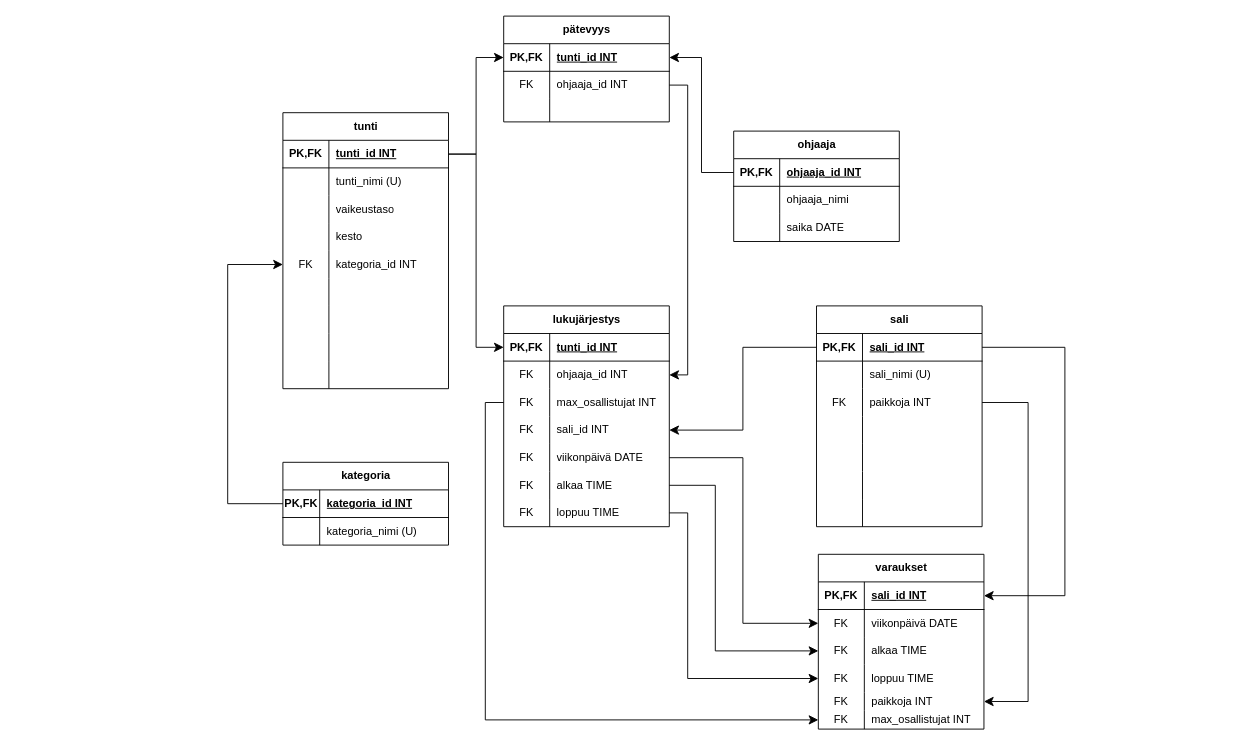
The draw.io diagram harj4t2.drawio in makevs/tikape_diagrams, before the edit. Source tidied: cells renumbered, new cells numbered last; positions are measured from the earlier drawing's top-left corner, leaving out a move shared by most shapes. Both pictures are drawn from the tidied source at 92%, with x=0, y=0 at pixel (227, 16).
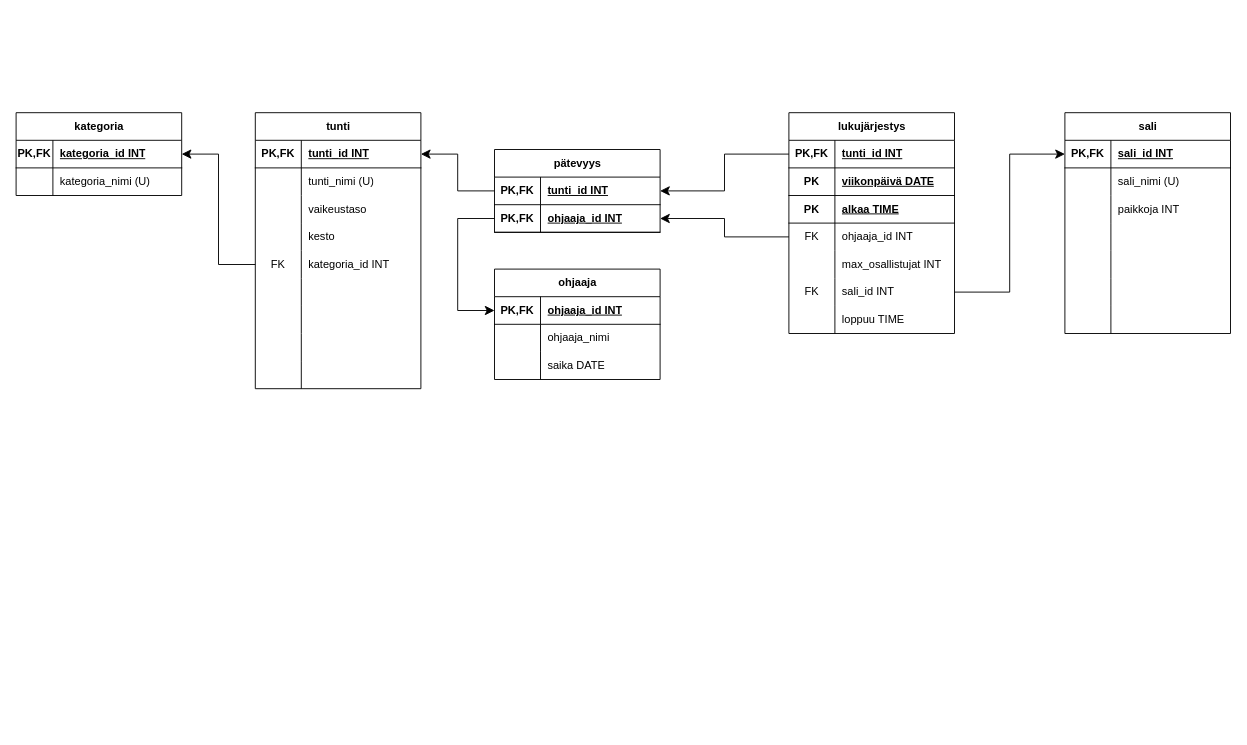
Above is the later version.

Unchanged cells that the change refers to:
```xml
<mxCell id="3" style="shape=tableRow;horizontal=0;startSize=0;swimlaneHead=0;swimlaneBody=0;fillColor=none;points=[[0,0.5],[1,0.5]];portConstraint=eastwest;top=0;left=0;right=0;bottom=1;" parent="2" vertex="1">
  <mxGeometry y="30" width="180" height="30" as="geometry" />
</mxCell>
<mxCell id="15" style="shape=tableRow;horizontal=0;startSize=0;swimlaneHead=0;swimlaneBody=0;fillColor=none;points=[[0,0.5],[1,0.5]];portConstraint=eastwest;top=0;left=0;right=0;bottom=0;" parent="2" vertex="1">
  <mxGeometry y="150" width="180" height="30" as="geometry" />
</mxCell>
<mxCell id="31" style="shape=tableRow;horizontal=0;startSize=0;swimlaneHead=0;swimlaneBody=0;fillColor=none;points=[[0,0.5],[1,0.5]];portConstraint=eastwest;top=0;left=0;right=0;bottom=1;" parent="30" vertex="1">
  <mxGeometry y="30" width="180" height="30" as="geometry" />
</mxCell>
<mxCell id="39" style="shape=tableRow;horizontal=0;startSize=0;swimlaneHead=0;swimlaneBody=0;fillColor=none;points=[[0,0.5],[1,0.5]];portConstraint=eastwest;top=0;left=0;right=0;bottom=1;" parent="38" vertex="1">
  <mxGeometry y="30" width="180" height="30" as="geometry" />
</mxCell>
<mxCell id="49" style="shape=tableRow;horizontal=0;startSize=0;swimlaneHead=0;swimlaneBody=0;fillColor=none;points=[[0,0.5],[1,0.5]];portConstraint=eastwest;top=0;left=0;right=0;bottom=1;" parent="48" vertex="1">
  <mxGeometry y="30" width="180" height="30" as="geometry" />
</mxCell>
<mxCell id="61" style="shape=tableRow;horizontal=0;startSize=0;swimlaneHead=0;swimlaneBody=0;fillColor=none;points=[[0,0.5],[1,0.5]];portConstraint=eastwest;top=0;left=0;right=0;bottom=1;" parent="60" vertex="1">
  <mxGeometry y="30" width="180" height="30" as="geometry" />
</mxCell>
<mxCell id="79" style="shape=tableRow;horizontal=0;startSize=0;swimlaneHead=0;swimlaneBody=0;fillColor=none;points=[[0,0.5],[1,0.5]];portConstraint=eastwest;top=0;left=0;right=0;bottom=0;" parent="60" vertex="1">
  <mxGeometry y="210" width="180" height="30" as="geometry" />
</mxCell>
<mxCell id="84" style="shape=tableRow;horizontal=0;startSize=0;swimlaneHead=0;swimlaneBody=0;fillColor=none;points=[[0,0.5],[1,0.5]];portConstraint=eastwest;top=0;left=0;right=0;bottom=1;" parent="83" vertex="1">
  <mxGeometry y="30" width="180" height="30" as="geometry" />
</mxCell>
<mxCell id="90" style="shape=tableRow;horizontal=0;startSize=0;swimlaneHead=0;swimlaneBody=0;fillColor=none;points=[[0,0.5],[1,0.5]];portConstraint=eastwest;top=0;left=0;right=0;bottom=0;" parent="83" vertex="1">
  <mxGeometry y="90" width="180" height="30" as="geometry" />
</mxCell>
```

What changed in the source:
```diff
@@
     <mxCell id="2" value="tunti" style="shape=table;startSize=30;childLayout=tableLayout;rowLines=0;fontStyle=1;align=center;html=1;" parent="1" vertex="1">
-      <mxGeometry x="60" y="105" width="180" height="300" as="geometry" />
+      <mxGeometry x="30" y="105" width="180" height="300" as="geometry" />
     </mxCell>
@@
     <mxCell id="30" value="kategoria" style="shape=table;startSize=30;childLayout=tableLayout;rowLines=0;fontStyle=1;align=center;html=1;" parent="1" vertex="1">
-      <mxGeometry x="60" y="485" width="180" height="90" as="geometry" />
+      <mxGeometry x="-230" y="105" width="180" height="90" as="geometry" />
     </mxCell>
@@
-    <mxCell id="37" style="edgeStyle=elbowEdgeStyle;elbow=horizontal;endArrow=classic;html=1;curved=0;rounded=0;endSize=8;startSize=8;" parent="1" edge="1" source="31" target="15">
-      <mxGeometry relative="1" as="geometry">
-        <Array as="points">
-          <mxPoint y="395" />
-        </Array>
-      </mxGeometry>
-    </mxCell>
     <mxCell id="38" value="ohjaaja" style="shape=table;startSize=30;childLayout=tableLayout;rowLines=0;fontStyle=1;align=center;html=1;" parent="1" vertex="1">
-      <mxGeometry x="550" y="125" width="180" height="120" as="geometry" />
+      <mxGeometry x="290" y="275" width="180" height="120" as="geometry" />
     </mxCell>
@@
     <mxCell id="48" value="pätevyys" style="shape=table;startSize=30;childLayout=tableLayout;rowLines=0;fontStyle=1;align=center;html=1;" parent="1" vertex="1">
-      <mxGeometry x="300" width="180" height="115" as="geometry" />
+      <mxGeometry x="290" y="145" width="180" height="90" as="geometry" />
     </mxCell>
@@
-    <mxCell id="52" style="shape=tableRow;horizontal=0;startSize=0;swimlaneHead=0;swimlaneBody=0;fillColor=none;points=[[0,0.5],[1,0.5]];portConstraint=eastwest;top=0;left=0;right=0;bottom=0;" parent="48" vertex="1">
-      <mxGeometry y="60" width="180" height="30" as="geometry" />
-    </mxCell>
-    <mxCell id="53" value="FK" style="shape=partialRectangle;fillColor=none;top=0;left=0;bottom=0;right=0;overflow=hidden;whiteSpace=wrap;html=1;" parent="52" vertex="1">
-      <mxGeometry width="50" height="30" as="geometry" />
-    </mxCell>
+    <mxCell id="135" style="shape=tableRow;horizontal=0;startSize=0;swimlaneHead=0;swimlaneBody=0;fillColor=none;points=[[0,0.5],[1,0.5]];portConstraint=eastwest;top=0;left=0;right=0;bottom=1;" parent="48" vertex="1">
+      <mxGeometry y="60" width="180" height="30" as="geometry" />
+    </mxCell>
+    <mxCell id="107" value="PK,FK" style="shape=partialRectangle;fillColor=none;top=0;left=0;bottom=0;right=0;fontStyle=1;overflow=hidden;whiteSpace=wrap;html=1;" parent="135" vertex="1">
+      <mxGeometry width="50" height="30" as="geometry" />
+    </mxCell>
-    <mxCell id="54" value="ohjaaja_id INT" style="shape=partialRectangle;fillColor=none;top=0;left=0;bottom=0;right=0;align=left;spacingLeft=6;overflow=hidden;whiteSpace=wrap;html=1;" parent="52" vertex="1">
+    <mxCell id="54" value="ohjaaja_id INT" style="shape=partialRectangle;fillColor=none;top=0;left=0;bottom=0;right=0;align=left;spacingLeft=6;fontStyle=5;overflow=hidden;whiteSpace=wrap;html=1;" parent="135" vertex="1">
       <mxGeometry x="50" width="130" height="30" as="geometry" />
     </mxCell>
-    <mxCell id="55" style="shape=tableRow;horizontal=0;startSize=0;swimlaneHead=0;swimlaneBody=0;fillColor=none;top=0;left=0;right=0;bottom=0;" parent="48" vertex="1">
-      <mxGeometry y="90" width="180" height="25" as="geometry" />
-    </mxCell>
-    <mxCell id="56" style="shape=partialRectangle;fillColor=none;top=0;left=0;bottom=0;right=0;overflow=hidden;whiteSpace=wrap;html=1;" parent="55" vertex="1">
-      <mxGeometry width="50" height="25" as="geometry" />
-    </mxCell>
-    <mxCell id="57" style="shape=partialRectangle;fillColor=none;top=0;left=0;bottom=0;right=0;align=left;spacingLeft=6;overflow=hidden;whiteSpace=wrap;html=1;" parent="55" vertex="1">
-      <mxGeometry x="50" width="130" height="25" as="geometry" />
-    </mxCell>
-    <mxCell id="58" style="edgeStyle=elbowEdgeStyle;elbow=horizontal;endArrow=classic;html=1;curved=0;rounded=0;endSize=8;startSize=8;exitX=1;exitY=0.5;exitDx=0;exitDy=0;" parent="1" edge="1" source="3" target="49">
-      <mxGeometry relative="1" as="geometry" />
-    </mxCell>
-    <mxCell id="59" style="edgeStyle=elbowEdgeStyle;elbow=horizontal;endArrow=classic;html=1;curved=0;rounded=0;endSize=8;startSize=8;entryX=1;entryY=0.5;entryDx=0;entryDy=0;" parent="1" edge="1" source="39" target="49">
-      <mxGeometry relative="1" as="geometry" />
-    </mxCell>
     <mxCell id="60" value="lukujärjestys" style="shape=table;startSize=30;childLayout=tableLayout;rowLines=0;fontStyle=1;align=center;html=1;" parent="1" vertex="1">
-      <mxGeometry x="300" y="315" width="180" height="240" as="geometry" />
+      <mxGeometry x="610" y="105" width="180" height="240" as="geometry" />
     </mxCell>
@@
+    <mxCell id="136" style="shape=tableRow;horizontal=0;startSize=0;swimlaneHead=0;swimlaneBody=0;fillColor=none;top=0;left=0;right=0;bottom=1;" parent="60" vertex="1">
+      <mxGeometry y="60" width="180" height="30" as="geometry" />
+    </mxCell>
+    <mxCell id="137" value="PK" style="shape=partialRectangle;fillColor=none;top=0;left=0;bottom=0;right=0;fontStyle=1;overflow=hidden;whiteSpace=wrap;html=1;" parent="136" vertex="1">
+      <mxGeometry width="50" height="30" as="geometry" />
+    </mxCell>
+    <mxCell id="138" value="viikonpäivä DATE" style="shape=partialRectangle;fillColor=none;top=0;left=0;bottom=0;right=0;align=left;spacingLeft=6;fontStyle=5;overflow=hidden;whiteSpace=wrap;html=1;" parent="136" vertex="1">
+      <mxGeometry x="50" width="130" height="30" as="geometry" />
+    </mxCell>
+    <mxCell id="139" style="shape=tableRow;horizontal=0;startSize=0;swimlaneHead=0;swimlaneBody=0;fillColor=none;top=0;left=0;right=0;bottom=1;" parent="60" vertex="1">
+      <mxGeometry y="90" width="180" height="30" as="geometry" />
+    </mxCell>
+    <mxCell id="140" value="PK" style="shape=partialRectangle;fillColor=none;top=0;left=0;bottom=0;right=0;fontStyle=1;overflow=hidden;whiteSpace=wrap;html=1;" parent="139" vertex="1">
+      <mxGeometry width="50" height="30" as="geometry" />
+    </mxCell>
+    <mxCell id="141" value="alkaa TIME" style="shape=partialRectangle;fillColor=none;top=0;left=0;bottom=0;right=0;align=left;spacingLeft=6;fontStyle=5;overflow=hidden;whiteSpace=wrap;html=1;" parent="139" vertex="1">
+      <mxGeometry x="50" width="130" height="30" as="geometry" />
+    </mxCell>
     <mxCell id="64" style="shape=tableRow;horizontal=0;startSize=0;swimlaneHead=0;swimlaneBody=0;fillColor=none;points=[[0,0.5],[1,0.5]];portConstraint=eastwest;top=0;left=0;right=0;bottom=0;" parent="60" vertex="1">
-      <mxGeometry y="60" width="180" height="30" as="geometry" />
+      <mxGeometry y="120" width="180" height="30" as="geometry" />
     </mxCell>
@@
     <mxCell id="67" style="shape=tableRow;horizontal=0;startSize=0;swimlaneHead=0;swimlaneBody=0;fillColor=none;points=[[0,0.5],[1,0.5]];portConstraint=eastwest;top=0;left=0;right=0;bottom=0;" parent="60" vertex="1">
-      <mxGeometry y="90" width="180" height="30" as="geometry" />
+      <mxGeometry y="150" width="180" height="30" as="geometry" />
     </mxCell>
-    <mxCell id="68" value="FK" style="shape=partialRectangle;fillColor=none;top=0;left=0;bottom=0;right=0;overflow=hidden;whiteSpace=wrap;html=1;" parent="67" vertex="1">
+    <mxCell id="68" style="shape=partialRectangle;fillColor=none;top=0;left=0;bottom=0;right=0;overflow=hidden;whiteSpace=wrap;html=1;" parent="67" vertex="1">
       <mxGeometry width="50" height="30" as="geometry" />
     </mxCell>
@@
     <mxCell id="70" style="shape=tableRow;horizontal=0;startSize=0;swimlaneHead=0;swimlaneBody=0;fillColor=none;points=[[0,0.5],[1,0.5]];portConstraint=eastwest;top=0;left=0;right=0;bottom=0;" parent="60" vertex="1">
-      <mxGeometry y="120" width="180" height="30" as="geometry" />
+      <mxGeometry y="180" width="180" height="30" as="geometry" />
     </mxCell>
@@
-    <mxCell id="73" style="shape=tableRow;horizontal=0;startSize=0;swimlaneHead=0;swimlaneBody=0;fillColor=none;points=[[0,0.5],[1,0.5]];portConstraint=eastwest;top=0;left=0;right=0;bottom=0;" parent="60" vertex="1">
-      <mxGeometry y="150" width="180" height="30" as="geometry" />
-    </mxCell>
-    <mxCell id="74" value="FK" style="shape=partialRectangle;fillColor=none;top=0;left=0;bottom=0;right=0;overflow=hidden;whiteSpace=wrap;html=1;" parent="73" vertex="1">
-      <mxGeometry width="50" height="30" as="geometry" />
-    </mxCell>
-    <mxCell id="75" value="viikonpäivä DATE" style="shape=partialRectangle;fillColor=none;top=0;left=0;bottom=0;right=0;align=left;spacingLeft=6;overflow=hidden;whiteSpace=wrap;html=1;" parent="73" vertex="1">
-      <mxGeometry x="50" width="130" height="30" as="geometry" />
-    </mxCell>
-    <mxCell id="76" style="shape=tableRow;horizontal=0;startSize=0;swimlaneHead=0;swimlaneBody=0;fillColor=none;points=[[0,0.5],[1,0.5]];portConstraint=eastwest;top=0;left=0;right=0;bottom=0;" parent="60" vertex="1">
-      <mxGeometry y="180" width="180" height="30" as="geometry" />
-    </mxCell>
-    <mxCell id="77" value="FK" style="shape=partialRectangle;fillColor=none;top=0;left=0;bottom=0;right=0;overflow=hidden;whiteSpace=wrap;html=1;" parent="76" vertex="1">
-      <mxGeometry width="50" height="30" as="geometry" />
-    </mxCell>
-    <mxCell id="78" value="alkaa TIME" style="shape=partialRectangle;fillColor=none;top=0;left=0;bottom=0;right=0;align=left;spacingLeft=6;overflow=hidden;whiteSpace=wrap;html=1;" parent="76" vertex="1">
-      <mxGeometry x="50" width="130" height="30" as="geometry" />
-    </mxCell>
@@
-    <mxCell id="80" value="FK" style="shape=partialRectangle;fillColor=none;top=0;left=0;bottom=0;right=0;overflow=hidden;whiteSpace=wrap;html=1;" parent="79" vertex="1">
+    <mxCell id="80" style="shape=partialRectangle;fillColor=none;top=0;left=0;bottom=0;right=0;overflow=hidden;whiteSpace=wrap;html=1;" parent="79" vertex="1">
       <mxGeometry width="50" height="30" as="geometry" />
     </mxCell>
@@
-    <mxCell id="82" style="edgeStyle=elbowEdgeStyle;elbow=horizontal;endArrow=classic;html=1;curved=0;rounded=0;endSize=8;startSize=8;" parent="1" edge="1" source="3" target="61">
-      <mxGeometry relative="1" as="geometry" />
-    </mxCell>
     <mxCell id="83" value="sali" style="shape=table;startSize=30;childLayout=tableLayout;rowLines=0;fontStyle=1;align=center;html=1;" parent="1" vertex="1">
-      <mxGeometry x="640" y="315" width="180" height="240" as="geometry" />
+      <mxGeometry x="910" y="105" width="180" height="240" as="geometry" />
     </mxCell>
@@
-    <mxCell id="91" value="FK" style="shape=partialRectangle;fillColor=none;top=0;left=0;bottom=0;right=0;overflow=hidden;whiteSpace=wrap;html=1;" parent="90" vertex="1">
+    <mxCell id="91" style="shape=partialRectangle;fillColor=none;top=0;left=0;bottom=0;right=0;overflow=hidden;whiteSpace=wrap;html=1;" parent="90" vertex="1">
       <mxGeometry width="50" height="30" as="geometry" />
     </mxCell>
@@
-    <mxCell id="105" value="varaukset" style="shape=table;startSize=30;childLayout=tableLayout;rowLines=0;fontStyle=1;align=center;html=1;" parent="1" vertex="1">
-      <mxGeometry x="642" y="585" width="180" height="190" as="geometry" />
-    </mxCell>
-    <mxCell id="106" style="shape=tableRow;horizontal=0;startSize=0;swimlaneHead=0;swimlaneBody=0;fillColor=none;points=[[0,0.5],[1,0.5]];portConstraint=eastwest;top=0;left=0;right=0;bottom=1;" parent="105" vertex="1">
-      <mxGeometry y="30" width="180" height="30" as="geometry" />
-    </mxCell>
-    <mxCell id="107" value="PK,FK" style="shape=partialRectangle;fillColor=none;top=0;left=0;bottom=0;right=0;fontStyle=1;overflow=hidden;whiteSpace=wrap;html=1;" parent="106" vertex="1">
-      <mxGeometry width="50" height="30" as="geometry" />
-    </mxCell>
-    <mxCell id="108" value="sali_id INT" style="shape=partialRectangle;fillColor=none;top=0;left=0;bottom=0;right=0;align=left;spacingLeft=6;fontStyle=5;overflow=hidden;whiteSpace=wrap;html=1;" parent="106" vertex="1">
-      <mxGeometry x="50" width="130" height="30" as="geometry" />
-    </mxCell>
-    <mxCell id="109" style="shape=tableRow;horizontal=0;startSize=0;swimlaneHead=0;swimlaneBody=0;fillColor=none;points=[[0,0.5],[1,0.5]];portConstraint=eastwest;top=0;left=0;right=0;bottom=0;" parent="105" vertex="1">
-      <mxGeometry y="60" width="180" height="30" as="geometry" />
-    </mxCell>
-    <mxCell id="110" value="FK" style="shape=partialRectangle;fillColor=none;top=0;left=0;bottom=0;right=0;overflow=hidden;whiteSpace=wrap;html=1;" parent="109" vertex="1">
-      <mxGeometry width="50" height="30" as="geometry" />
-    </mxCell>
-    <mxCell id="111" value="viikonpäivä DATE" style="shape=partialRectangle;fillColor=none;top=0;left=0;bottom=0;right=0;align=left;spacingLeft=6;overflow=hidden;whiteSpace=wrap;html=1;" parent="109" vertex="1">
-      <mxGeometry x="50" width="130" height="30" as="geometry" />
-    </mxCell>
-    <mxCell id="112" style="shape=tableRow;horizontal=0;startSize=0;swimlaneHead=0;swimlaneBody=0;fillColor=none;points=[[0,0.5],[1,0.5]];portConstraint=eastwest;top=0;left=0;right=0;bottom=0;" parent="105" vertex="1">
-      <mxGeometry y="90" width="180" height="30" as="geometry" />
-    </mxCell>
-    <mxCell id="113" value="FK" style="shape=partialRectangle;fillColor=none;top=0;left=0;bottom=0;right=0;overflow=hidden;whiteSpace=wrap;html=1;" parent="112" vertex="1">
-      <mxGeometry width="50" height="30" as="geometry" />
-    </mxCell>
-    <mxCell id="114" value="alkaa TIME" style="shape=partialRectangle;fillColor=none;top=0;left=0;bottom=0;right=0;align=left;spacingLeft=6;overflow=hidden;whiteSpace=wrap;html=1;" parent="112" vertex="1">
-      <mxGeometry x="50" width="130" height="30" as="geometry" />
-    </mxCell>
-    <mxCell id="115" style="shape=tableRow;horizontal=0;startSize=0;swimlaneHead=0;swimlaneBody=0;fillColor=none;points=[[0,0.5],[1,0.5]];portConstraint=eastwest;top=0;left=0;right=0;bottom=0;" parent="105" vertex="1">
-      <mxGeometry y="120" width="180" height="30" as="geometry" />
-    </mxCell>
-    <mxCell id="116" value="FK" style="shape=partialRectangle;fillColor=none;top=0;left=0;bottom=0;right=0;overflow=hidden;whiteSpace=wrap;html=1;" parent="115" vertex="1">
-      <mxGeometry width="50" height="30" as="geometry" />
-    </mxCell>
-    <mxCell id="117" value="loppuu TIME" style="shape=partialRectangle;fillColor=none;top=0;left=0;bottom=0;right=0;align=left;spacingLeft=6;overflow=hidden;whiteSpace=wrap;html=1;" parent="115" vertex="1">
-      <mxGeometry x="50" width="130" height="30" as="geometry" />
-    </mxCell>
-    <mxCell id="118" style="shape=tableRow;horizontal=0;startSize=0;swimlaneHead=0;swimlaneBody=0;fillColor=none;points=[[0,0.5],[1,0.5]];portConstraint=eastwest;top=0;left=0;right=0;bottom=0;" parent="105" vertex="1">
-      <mxGeometry y="150" width="180" height="20" as="geometry" />
-    </mxCell>
-    <mxCell id="119" value="FK" style="shape=partialRectangle;fillColor=none;top=0;left=0;bottom=0;right=0;overflow=hidden;whiteSpace=wrap;html=1;" parent="118" vertex="1">
-      <mxGeometry width="50" height="20" as="geometry" />
-    </mxCell>
-    <mxCell id="120" value="paikkoja INT" style="shape=partialRectangle;fillColor=none;top=0;left=0;bottom=0;right=0;align=left;spacingLeft=6;overflow=hidden;whiteSpace=wrap;html=1;" parent="118" vertex="1">
-      <mxGeometry x="50" width="130" height="20" as="geometry" />
-    </mxCell>
-    <mxCell id="121" style="shape=tableRow;horizontal=0;startSize=0;swimlaneHead=0;swimlaneBody=0;fillColor=none;points=[[0,0.5],[1,0.5]];portConstraint=eastwest;top=0;left=0;right=0;bottom=0;" parent="105" vertex="1">
-      <mxGeometry y="170" width="180" height="20" as="geometry" />
-    </mxCell>
-    <mxCell id="122" value="FK" style="shape=partialRectangle;fillColor=none;top=0;left=0;bottom=0;right=0;overflow=hidden;whiteSpace=wrap;html=1;" parent="121" vertex="1">
-      <mxGeometry width="50" height="20" as="geometry" />
-    </mxCell>
-    <mxCell id="123" value="max_osallistujat INT" style="shape=partialRectangle;fillColor=none;top=0;left=0;bottom=0;right=0;align=left;spacingLeft=6;overflow=hidden;whiteSpace=wrap;html=1;" parent="121" vertex="1">
-      <mxGeometry x="50" width="130" height="20" as="geometry" />
-    </mxCell>
-    <mxCell id="124" style="edgeStyle=elbowEdgeStyle;elbow=horizontal;endArrow=classic;html=1;curved=0;rounded=0;endSize=8;startSize=8;" parent="1" edge="1" source="84" target="70">
-      <mxGeometry relative="1" as="geometry" />
-    </mxCell>
-    <mxCell id="125" style="edgeStyle=elbowEdgeStyle;elbow=horizontal;endArrow=classic;html=1;curved=0;rounded=0;endSize=8;startSize=8;" parent="1" edge="1" source="52" target="64">
-      <mxGeometry relative="1" as="geometry">
-        <Array as="points">
-          <mxPoint x="500" y="315" />
-        </Array>
-      </mxGeometry>
-    </mxCell>
@@
-    <mxCell id="129" style="edgeStyle=elbowEdgeStyle;elbow=horizontal;endArrow=classic;html=1;curved=0;rounded=0;endSize=8;startSize=8;" parent="1" edge="1" source="73" target="109">
-      <mxGeometry relative="1" as="geometry">
-        <Array as="points">
-          <mxPoint x="560" y="615" />
-        </Array>
-      </mxGeometry>
-    </mxCell>
-    <mxCell id="130" style="edgeStyle=elbowEdgeStyle;elbow=horizontal;endArrow=classic;html=1;curved=0;rounded=0;endSize=8;startSize=8;" parent="1" edge="1" source="76" target="112">
-      <mxGeometry relative="1" as="geometry">
-        <Array as="points">
-          <mxPoint x="530" y="605" />
-        </Array>
-      </mxGeometry>
-    </mxCell>
-    <mxCell id="131" style="edgeStyle=elbowEdgeStyle;elbow=horizontal;endArrow=classic;html=1;curved=0;rounded=0;endSize=8;startSize=8;" parent="1" edge="1" source="79" target="115">
-      <mxGeometry relative="1" as="geometry">
-        <Array as="points">
-          <mxPoint x="500" y="625" />
-        </Array>
-      </mxGeometry>
-    </mxCell>
-    <mxCell id="132" style="edgeStyle=elbowEdgeStyle;elbow=horizontal;endArrow=classic;html=1;curved=0;rounded=0;endSize=8;startSize=8;" parent="1" edge="1" source="84" target="106">
-      <mxGeometry relative="1" as="geometry">
-        <Array as="points">
-          <mxPoint x="910" y="495" />
-        </Array>
-      </mxGeometry>
-    </mxCell>
-    <mxCell id="133" style="edgeStyle=elbowEdgeStyle;elbow=horizontal;endArrow=classic;html=1;curved=0;rounded=0;endSize=8;startSize=8;" parent="1" edge="1" source="90" target="118">
-      <mxGeometry relative="1" as="geometry">
-        <Array as="points">
-          <mxPoint x="870" y="585" />
-        </Array>
-      </mxGeometry>
-    </mxCell>
-    <mxCell id="134" style="edgeStyle=elbowEdgeStyle;elbow=horizontal;endArrow=classic;html=1;curved=0;rounded=0;endSize=8;startSize=8;" parent="1" edge="1" source="67" target="121">
-      <mxGeometry relative="1" as="geometry">
-        <Array as="points">
-          <mxPoint x="280" y="545" />
-        </Array>
-      </mxGeometry>
-    </mxCell>
+    <mxCell id="142" style="edgeStyle=elbowEdgeStyle;elbow=horizontal;endArrow=classic;html=1;curved=0;rounded=0;endSize=8;startSize=8;" parent="1" edge="1" source="135" target="39">
+      <mxGeometry relative="1" as="geometry">
+        <Array as="points">
+          <mxPoint x="250" y="425" />
+        </Array>
+      </mxGeometry>
+    </mxCell>
+    <mxCell id="143" style="edgeStyle=elbowEdgeStyle;elbow=horizontal;endArrow=classic;html=1;curved=0;rounded=0;endSize=8;startSize=8;" parent="1" edge="1" source="49" target="3">
+      <mxGeometry relative="1" as="geometry" />
+    </mxCell>
+    <mxCell id="144" style="edgeStyle=elbowEdgeStyle;elbow=horizontal;endArrow=classic;html=1;curved=0;rounded=0;endSize=8;startSize=8;" parent="1" edge="1" source="15" target="31">
+      <mxGeometry relative="1" as="geometry" />
+    </mxCell>
+    <mxCell id="145" style="edgeStyle=elbowEdgeStyle;elbow=horizontal;endArrow=classic;html=1;curved=0;rounded=0;endSize=8;startSize=8;" parent="1" edge="1" source="70" target="84">
+      <mxGeometry relative="1" as="geometry" />
+    </mxCell>
+    <mxCell id="146" style="edgeStyle=elbowEdgeStyle;elbow=horizontal;endArrow=classic;html=1;curved=0;rounded=0;endSize=8;startSize=8;" parent="1" edge="1" source="64" target="135">
+      <mxGeometry relative="1" as="geometry" />
+    </mxCell>
+    <mxCell id="147" style="edgeStyle=elbowEdgeStyle;elbow=horizontal;endArrow=classic;html=1;curved=0;rounded=0;endSize=8;startSize=8;" parent="1" edge="1" source="61" target="49">
+      <mxGeometry relative="1" as="geometry" />
+    </mxCell>
```
